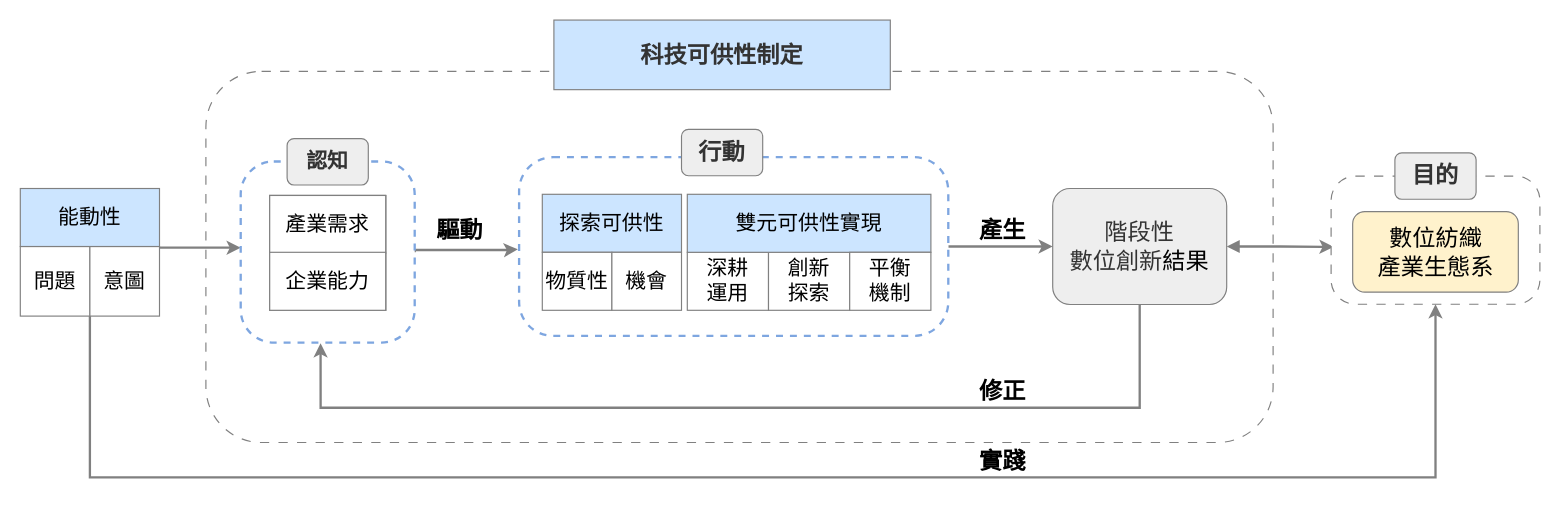
The draw.io diagram 論文ver1/圖片/frontier enactment theroy_v9.drawio in carina419/NTUST, before the edit. Source tidied: cells renumbered, new cells numbered last; positions are measured from the earlier drawing's top-left corner, leaving out a move shared by most shapes. Both pictures are drawn from the tidied source at 116%, with x=0, y=0 at pixel (20, 20).
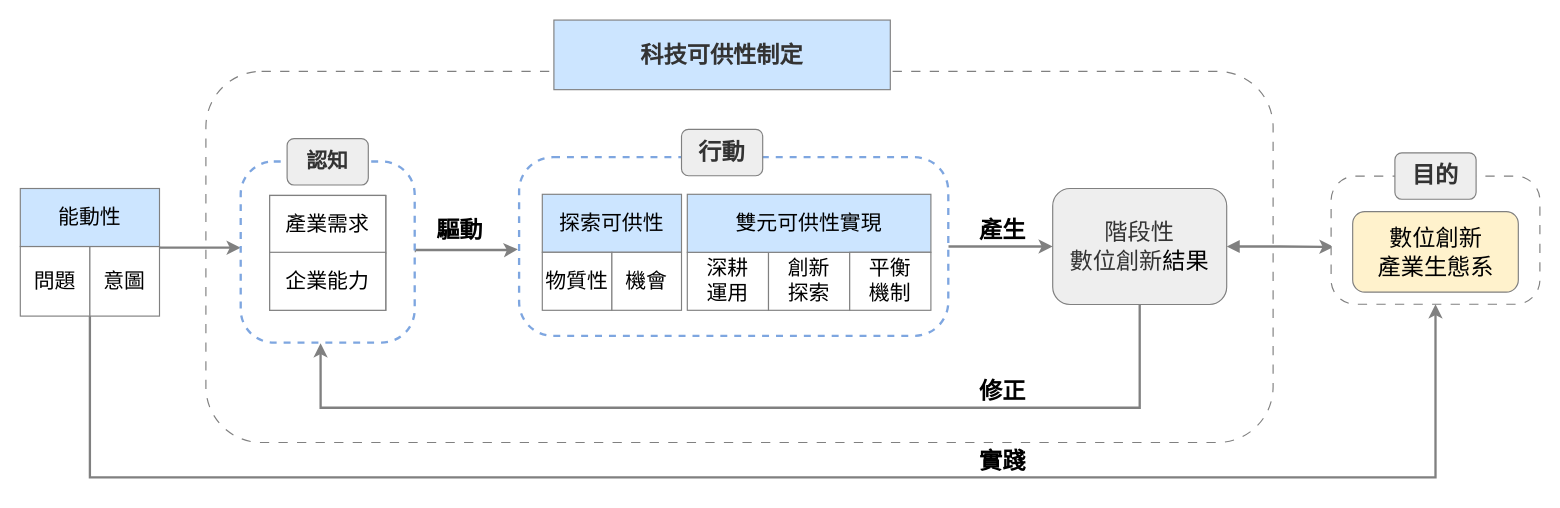
Above is the later version.

The change refers to these unchanged cells:
```xml
<mxCell id="12" style="group;" parent="1" vertex="1">
  <mxGeometry x="1130" y="114.3" width="180" height="130.6" as="geometry" />
</mxCell>
```

Change to the diagram source:
```diff
@@
-    <mxCell id="14" value="&lt;font style=&quot;font-size: 20px;&quot;&gt;數位紡織&lt;/font&gt;&lt;div&gt;&lt;font style=&quot;font-size: 20px;&quot;&gt;產業生態系&lt;/font&gt;&lt;/div&gt;" style="rounded=1;whiteSpace=wrap;html=1;fontSize=18;fontFamily=標楷體;fontStyle=0;fillColor=#fff2cc;strokeColor=#808080;" parent="12" vertex="1">
+    <mxCell id="14" value="&lt;font style=&quot;font-size: 20px;&quot;&gt;數位創新&lt;/font&gt;&lt;div&gt;&lt;font style=&quot;font-size: 20px;&quot;&gt;產業生態系&lt;/font&gt;&lt;/div&gt;" style="rounded=1;whiteSpace=wrap;html=1;fontSize=18;fontFamily=標楷體;fontStyle=0;fillColor=#fff2cc;strokeColor=#808080;" parent="12" vertex="1">
       <mxGeometry x="18.6" y="50.6" width="142.8" height="69.5" as="geometry" />
     </mxCell>
```
